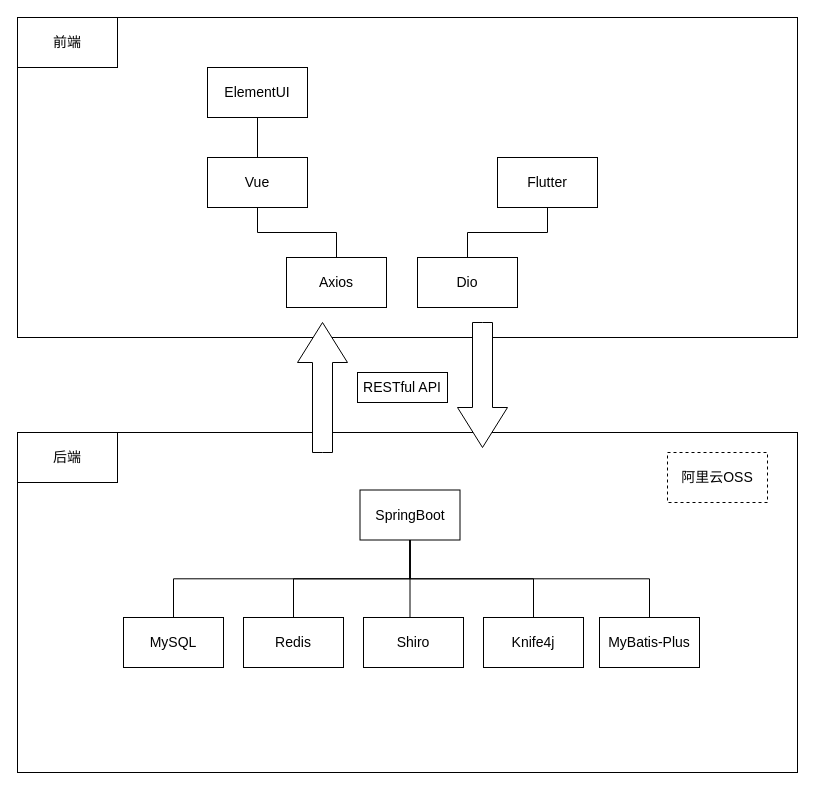
Above: 系统架构.drawio in 6Yolo6/GraduationDesign (draw.io), before the change. Source tidied: cells renumbered, new cells numbered last; positions are measured from the earlier drawing's top-left corner, leaving out a move shared by most shapes. Both pictures are drawn from the tidied source at 100%, with x=0, y=0 at pixel (17, 17).
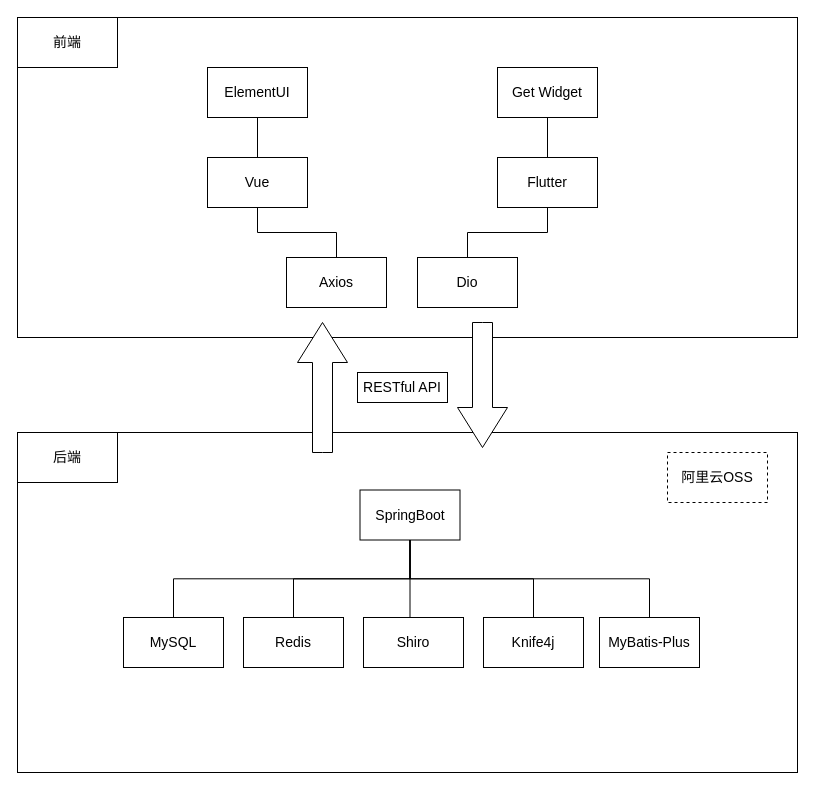
Above is the later version.

Commit message (it also covers changes not shown here):
更新系统架构.drawio

The change refers to these unchanged cells:
```xml
<mxCell id="5" value="Flutter" style="rounded=0;whiteSpace=wrap;html=1;fontSize=14;" parent="1" vertex="1">
  <mxGeometry x="480" y="140" width="100" height="50" as="geometry" />
</mxCell>
```

Diff of the diagram source:
```diff
@@
+    <mxCell id="29" value="Get Widget" style="rounded=0;whiteSpace=wrap;html=1;fontSize=14;" parent="1" vertex="1">
+      <mxGeometry x="480" y="50" width="100" height="50" as="geometry" />
+    </mxCell>
+    <mxCell id="30" style="endArrow=none;html=1;rounded=0;entryX=0.5;entryY=1;entryDx=0;entryDy=0;exitX=0.5;exitY=0;exitDx=0;exitDy=0;edgeStyle=orthogonalEdgeStyle;" parent="1" edge="1" source="5" target="29">
+      <mxGeometry relative="1" as="geometry" />
+    </mxCell>
```
